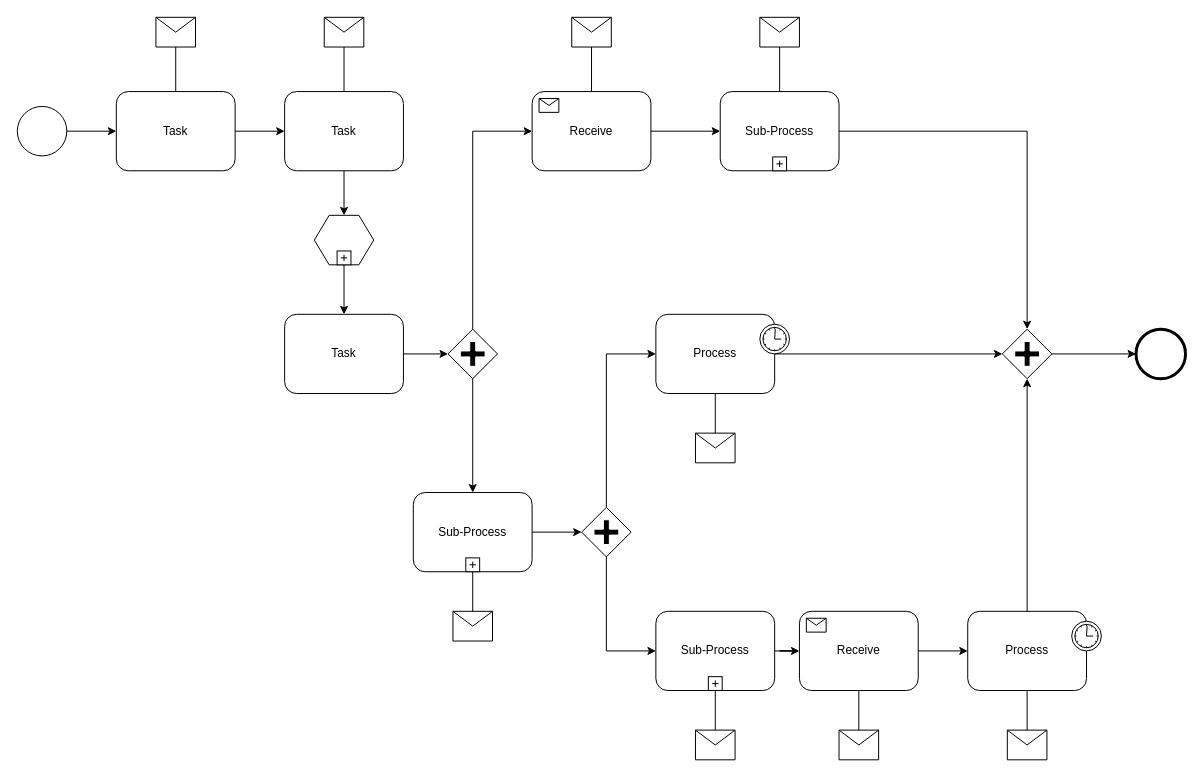
Before: Untitled Diagram.drawio in b2Shashi-mc/marketing-cloud, a draw.io diagram. Source tidied: cells renumbered, new cells numbered last; positions are measured from the earlier drawing's top-left corner, leaving out a move shared by most shapes. Both pictures are drawn from the tidied source at 99%, with x=0, y=0 at pixel (17, 17).
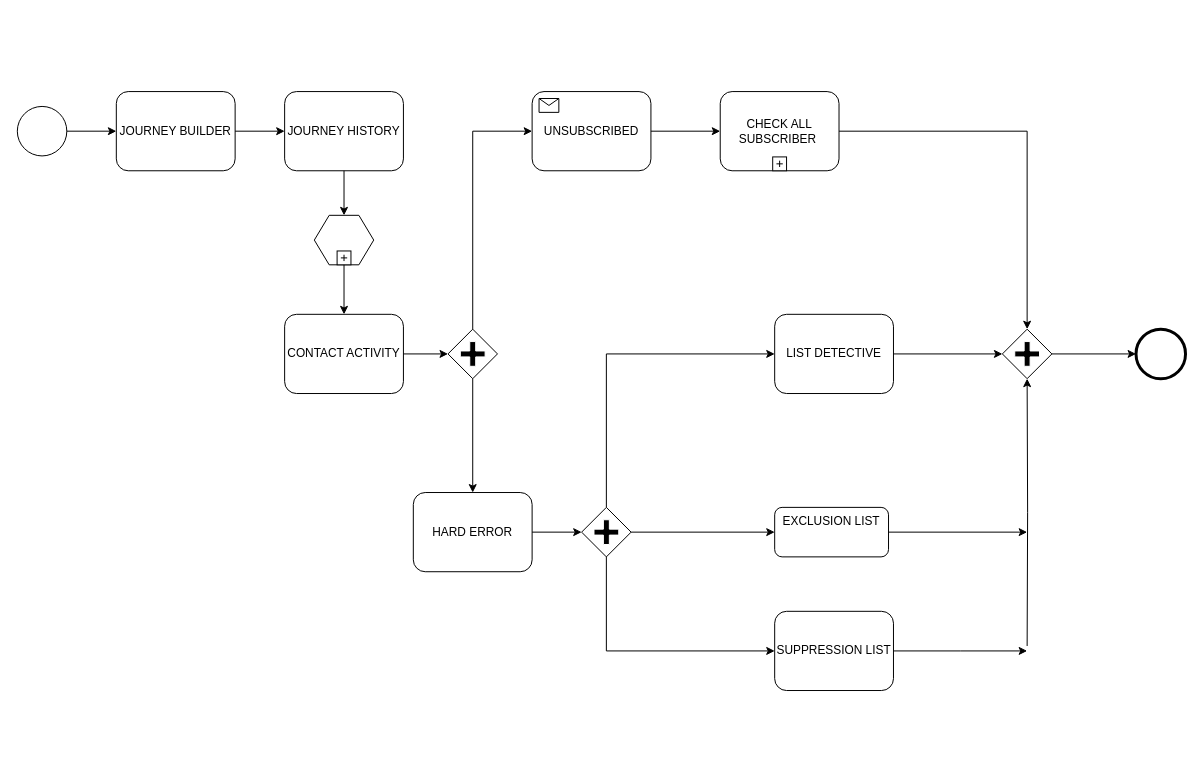
The same diagram, later.

Commit message:
Troubleshooting Email Sent

The change refers to these unchanged cells:
```xml
<mxCell id="23" style="shape=mxgraph.bpmn.shape;html=1;verticalLabelPosition=bottom;labelBackgroundColor=#ffffff;verticalAlign=top;perimeter=rhombusPerimeter;background=gateway;outline=none;symbol=parallelGw;" parent="1" vertex="1">
  <mxGeometry x="995" y="315" width="50" height="50" as="geometry" />
</mxCell>
<mxCell id="51" style="shape=mxgraph.bpmn.shape;html=1;verticalLabelPosition=bottom;labelBackgroundColor=#ffffff;verticalAlign=top;perimeter=rhombusPerimeter;background=gateway;outline=none;symbol=parallelGw;" parent="1" vertex="1">
  <mxGeometry x="570" y="495" width="50" height="50" as="geometry" />
</mxCell>
```

Change to the diagram source:
```diff
@@
-    <mxCell id="3" value="Task" style="shape=ext;rounded=1;html=1;whiteSpace=wrap;" parent="1" vertex="1">
+    <mxCell id="3" value="JOURNEY BUILDER" style="shape=ext;rounded=1;html=1;whiteSpace=wrap;" parent="1" vertex="1">
       <mxGeometry x="100" y="75" width="120" height="80" as="geometry" />
     </mxCell>
-    <mxCell id="4" value="Task" style="shape=ext;rounded=1;html=1;whiteSpace=wrap;" parent="1" vertex="1">
+    <mxCell id="4" value="JOURNEY HISTORY" style="shape=ext;rounded=1;html=1;whiteSpace=wrap;" parent="1" vertex="1">
       <mxGeometry x="270" y="75" width="120" height="80" as="geometry" />
     </mxCell>
-    <mxCell id="5" style="shape=message;whiteSpace=wrap;html=1;" parent="1" vertex="1">
-      <mxGeometry x="140" width="40" height="30" as="geometry" />
-    </mxCell>
-    <mxCell id="6" style="shape=message;whiteSpace=wrap;html=1;" parent="1" vertex="1">
-      <mxGeometry x="310" width="40" height="30" as="geometry" />
-    </mxCell>
@@
-    <mxCell id="9" value="Task" style="shape=ext;rounded=1;html=1;whiteSpace=wrap;" parent="1" vertex="1">
+    <mxCell id="9" value="CONTACT ACTIVITY" style="shape=ext;rounded=1;html=1;whiteSpace=wrap;" parent="1" vertex="1">
       <mxGeometry x="270" y="300" width="120" height="80" as="geometry" />
     </mxCell>
@@
-    <mxCell id="11" value="Sub-Process" style="html=1;whiteSpace=wrap;rounded=1;" parent="1" vertex="1">
+    <mxCell id="11" value="CHECK ALL SUBSCRIBER&amp;nbsp;" style="html=1;whiteSpace=wrap;rounded=1;" parent="1" vertex="1">
       <mxGeometry x="710" y="75" width="120" height="80" as="geometry" />
     </mxCell>
@@
-    <mxCell id="13" value="Receive" style="html=1;whiteSpace=wrap;rounded=1;" parent="1" vertex="1">
+    <mxCell id="13" value="UNSUBSCRIBED" style="html=1;whiteSpace=wrap;rounded=1;" parent="1" vertex="1">
       <mxGeometry x="520" y="75" width="120" height="80" as="geometry" />
     </mxCell>
@@
-    <mxCell id="15" value="Process" style="html=1;whiteSpace=wrap;rounded=1;" parent="1" vertex="1">
-      <mxGeometry x="645" y="300" width="120" height="80" as="geometry" />
+    <mxCell id="15" value="LIST DETECTIVE" style="html=1;whiteSpace=wrap;rounded=1;" parent="1" vertex="1">
+      <mxGeometry x="765" y="300" width="120" height="80" as="geometry" />
     </mxCell>
-    <mxCell id="16" style="shape=mxgraph.bpmn.timer_start;perimeter=ellipsePerimeter;html=1;labelPosition=right;labelBackgroundColor=#ffffff;align=left;" parent="15" vertex="1">
-      <mxGeometry x="1" width="30" height="30" relative="1" as="geometry">
-        <mxPoint x="-15" y="10" as="offset" />
-      </mxGeometry>
-    </mxCell>
-    <mxCell id="17" value="Process" style="html=1;whiteSpace=wrap;rounded=1;" parent="1" vertex="1">
-      <mxGeometry x="960" y="600" width="120" height="80" as="geometry" />
-    </mxCell>
-    <mxCell id="18" style="shape=mxgraph.bpmn.timer_start;perimeter=ellipsePerimeter;html=1;labelPosition=right;labelBackgroundColor=#ffffff;align=left;" parent="17" vertex="1">
-      <mxGeometry x="1" width="30" height="30" relative="1" as="geometry">
-        <mxPoint x="-15" y="10" as="offset" />
-      </mxGeometry>
-    </mxCell>
-    <mxCell id="19" value="Receive" style="html=1;whiteSpace=wrap;rounded=1;" parent="1" vertex="1">
-      <mxGeometry x="790" y="600" width="120" height="80" as="geometry" />
-    </mxCell>
-    <mxCell id="20" style="html=1;shape=message;" parent="19" vertex="1">
-      <mxGeometry width="20" height="14" relative="1" as="geometry">
-        <mxPoint x="7" y="7" as="offset" />
-      </mxGeometry>
-    </mxCell>
-    <mxCell id="21" value="Sub-Process" style="html=1;whiteSpace=wrap;rounded=1;" parent="1" vertex="1">
-      <mxGeometry x="645" y="600" width="120" height="80" as="geometry" />
+    <mxCell id="21" value="SUPPRESSION LIST" style="html=1;whiteSpace=wrap;rounded=1;" parent="1" vertex="1">
+      <mxGeometry x="765" y="600" width="120" height="80" as="geometry" />
     </mxCell>
-    <mxCell id="22" style="html=1;shape=plus;" parent="21" vertex="1">
-      <mxGeometry x="0.5" y="1" width="14" height="14" relative="1" as="geometry">
-        <mxPoint x="-7" y="-14" as="offset" />
-      </mxGeometry>
-    </mxCell>
@@
-    <mxCell id="25" style="shape=message;whiteSpace=wrap;html=1;" parent="1" vertex="1">
-      <mxGeometry x="560" width="40" height="30" as="geometry" />
-    </mxCell>
-    <mxCell id="26" style="shape=message;whiteSpace=wrap;html=1;" parent="1" vertex="1">
-      <mxGeometry x="750" width="40" height="30" as="geometry" />
-    </mxCell>
-    <mxCell id="27" value="Sub-Process" style="html=1;whiteSpace=wrap;rounded=1;" parent="1" vertex="1">
+    <mxCell id="27" value="HARD ERROR" style="html=1;whiteSpace=wrap;rounded=1;" parent="1" vertex="1">
       <mxGeometry x="400" y="480" width="120" height="80" as="geometry" />
     </mxCell>
-    <mxCell id="28" style="html=1;shape=plus;" parent="27" vertex="1">
-      <mxGeometry x="0.5" y="1" width="14" height="14" relative="1" as="geometry">
-        <mxPoint x="-7" y="-14" as="offset" />
-      </mxGeometry>
-    </mxCell>
-    <mxCell id="29" style="shape=message;whiteSpace=wrap;html=1;" parent="1" vertex="1">
-      <mxGeometry x="440" y="600" width="40" height="30" as="geometry" />
-    </mxCell>
-    <mxCell id="30" style="shape=message;whiteSpace=wrap;html=1;" parent="1" vertex="1">
-      <mxGeometry x="830" y="720" width="40" height="30" as="geometry" />
-    </mxCell>
-    <mxCell id="31" style="shape=message;whiteSpace=wrap;html=1;" parent="1" vertex="1">
-      <mxGeometry x="1000" y="720" width="40" height="30" as="geometry" />
-    </mxCell>
-    <mxCell id="32" style="shape=message;whiteSpace=wrap;html=1;" parent="1" vertex="1">
-      <mxGeometry x="685" y="720" width="40" height="30" as="geometry" />
-    </mxCell>
-    <mxCell id="33" style="shape=message;whiteSpace=wrap;html=1;" parent="1" vertex="1">
-      <mxGeometry x="685" y="420" width="40" height="30" as="geometry" />
-    </mxCell>
@@
-    <mxCell id="35" style="edgeStyle=orthogonalEdgeStyle;rounded=0;html=1;jettySize=auto;endArrow=none;endFill=0;" parent="1" edge="1" source="5" target="3">
-      <mxGeometry relative="1" as="geometry" />
-    </mxCell>
-    <mxCell id="36" style="edgeStyle=orthogonalEdgeStyle;rounded=0;html=1;jettySize=auto;endArrow=none;endFill=0;" parent="1" edge="1" source="6" target="4">
-      <mxGeometry relative="1" as="geometry" />
-    </mxCell>
@@
-    <mxCell id="39" style="edgeStyle=orthogonalEdgeStyle;rounded=0;html=1;jettySize=auto;endArrow=none;endFill=0;" parent="1" edge="1" source="25" target="13">
-      <mxGeometry relative="1" as="geometry" />
-    </mxCell>
-    <mxCell id="40" style="edgeStyle=orthogonalEdgeStyle;rounded=0;html=1;jettySize=auto;endArrow=none;endFill=0;" parent="1" edge="1" source="26" target="11">
-      <mxGeometry relative="1" as="geometry" />
-    </mxCell>
@@
-    <mxCell id="43" style="edgeStyle=orthogonalEdgeStyle;rounded=0;html=1;jettySize=auto;" parent="1" edge="1" source="17" target="23">
-      <mxGeometry relative="1" as="geometry" />
+    <mxCell id="43" style="edgeStyle=orthogonalEdgeStyle;rounded=0;html=1;jettySize=auto;" parent="1" edge="1" target="23">
+      <mxGeometry relative="1" as="geometry">
+        <mxPoint x="1020" y="635" as="sourcePoint" />
+      </mxGeometry>
     </mxCell>
@@
-    <mxCell id="50" style="edgeStyle=orthogonalEdgeStyle;rounded=0;html=1;jettySize=auto;endArrow=none;endFill=0;" parent="1" edge="1" source="29" target="27">
-      <mxGeometry relative="1" as="geometry" />
-    </mxCell>
+    <mxCell id="61" style="edgeStyle=orthogonalEdgeStyle;rounded=0;jettySize=auto;html=1;" parent="1" edge="1" source="51" target="62">
+      <mxGeometry relative="1" as="geometry" />
+    </mxCell>
@@
-    <mxCell id="54" style="edgeStyle=orthogonalEdgeStyle;rounded=0;html=1;jettySize=auto;endArrow=none;endFill=0;" parent="1" edge="1" source="33" target="15">
-      <mxGeometry relative="1" as="geometry" />
-    </mxCell>
@@
-    <mxCell id="56" style="edgeStyle=orthogonalEdgeStyle;rounded=0;html=1;jettySize=auto;" parent="1" edge="1" source="21" target="19">
-      <mxGeometry relative="1" as="geometry" />
+    <mxCell id="56" style="edgeStyle=orthogonalEdgeStyle;rounded=0;html=1;jettySize=auto;" parent="1" edge="1" source="21">
+      <mxGeometry relative="1" as="geometry">
+        <mxPoint x="1020" y="640" as="targetPoint" />
+      </mxGeometry>
     </mxCell>
-    <mxCell id="57" style="edgeStyle=orthogonalEdgeStyle;rounded=0;html=1;jettySize=auto;endArrow=none;endFill=0;" parent="1" edge="1" source="32" target="21">
-      <mxGeometry relative="1" as="geometry" />
-    </mxCell>
-    <mxCell id="58" style="edgeStyle=orthogonalEdgeStyle;rounded=0;html=1;jettySize=auto;endArrow=none;endFill=0;" parent="1" edge="1" source="30" target="19">
-      <mxGeometry relative="1" as="geometry" />
-    </mxCell>
-    <mxCell id="59" style="edgeStyle=orthogonalEdgeStyle;rounded=0;html=1;jettySize=auto;endArrow=none;endFill=0;" parent="1" edge="1" source="31" target="17">
-      <mxGeometry relative="1" as="geometry" />
-    </mxCell>
-    <mxCell id="60" style="edgeStyle=orthogonalEdgeStyle;rounded=0;html=1;jettySize=auto;" parent="1" edge="1" source="19" target="17">
-      <mxGeometry relative="1" as="geometry" />
-    </mxCell>
+    <mxCell id="62" value="EXCLUSION LIST" style="rounded=1;whiteSpace=wrap;html=1;verticalAlign=top;labelBackgroundColor=#ffffff;align=center;" parent="1" vertex="1">
+      <mxGeometry x="765" y="495" width="115" height="50" as="geometry" />
+    </mxCell>
+    <mxCell id="63" style="endArrow=classic;html=1;rounded=0;exitX=1;exitY=0.5;exitDx=0;exitDy=0;" parent="1" edge="1" source="62">
+      <mxGeometry relative="1" as="geometry">
+        <mxPoint x="1020" y="520" as="targetPoint" />
+      </mxGeometry>
+    </mxCell>
```
